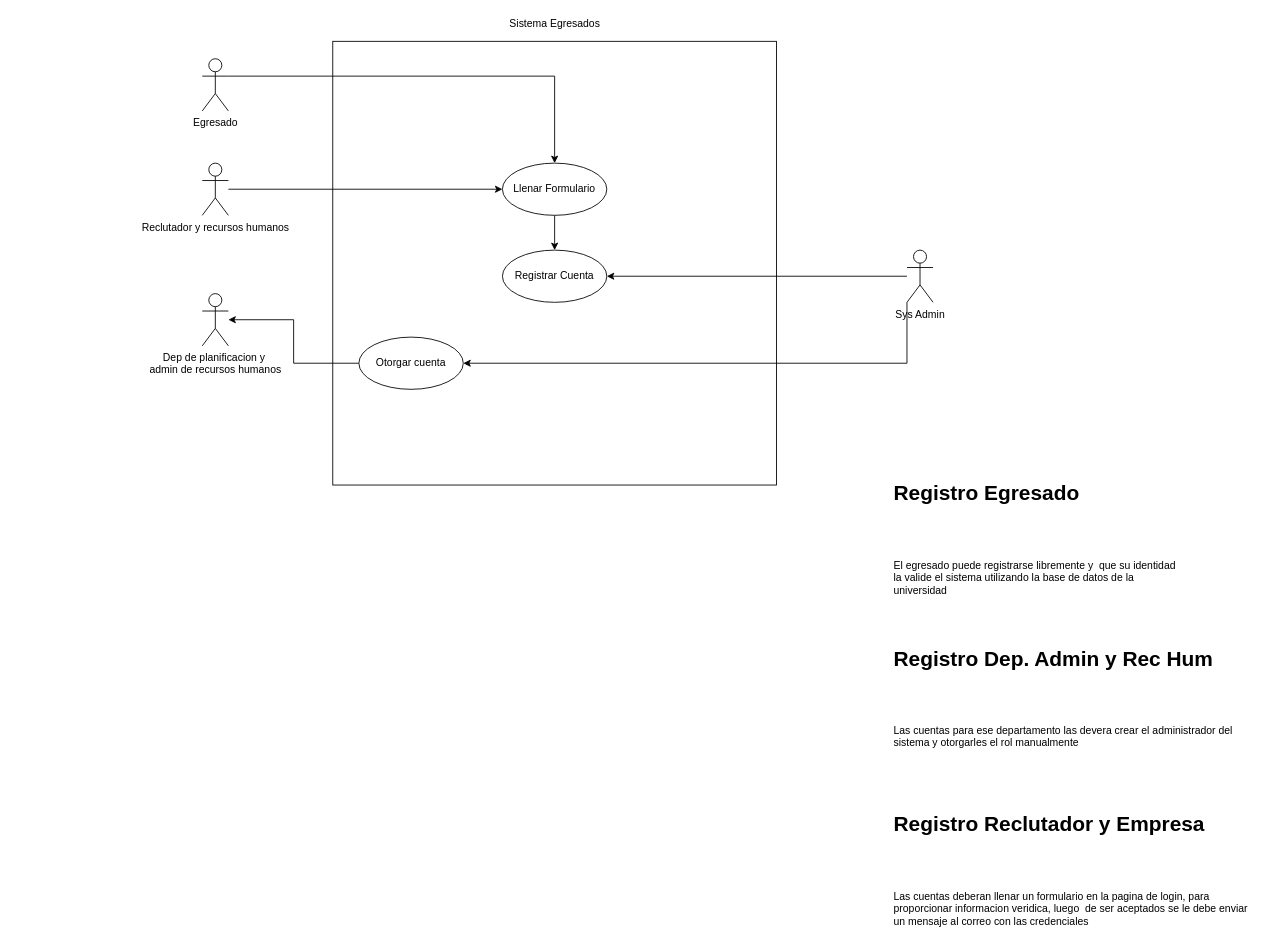
Earlier version of the draw.io diagram page "Modulo Registro" (1 of 5) of Modelo datos.drawio (Jslquintero/Seguimiento-Egresados). Source tidied: cells renumbered, new cells numbered last; positions are measured from the earlier drawing's top-left corner, leaving out a move shared by most shapes. Both pictures are drawn from the tidied source at 87%, with x=0, y=0 at pixel (202, 15).
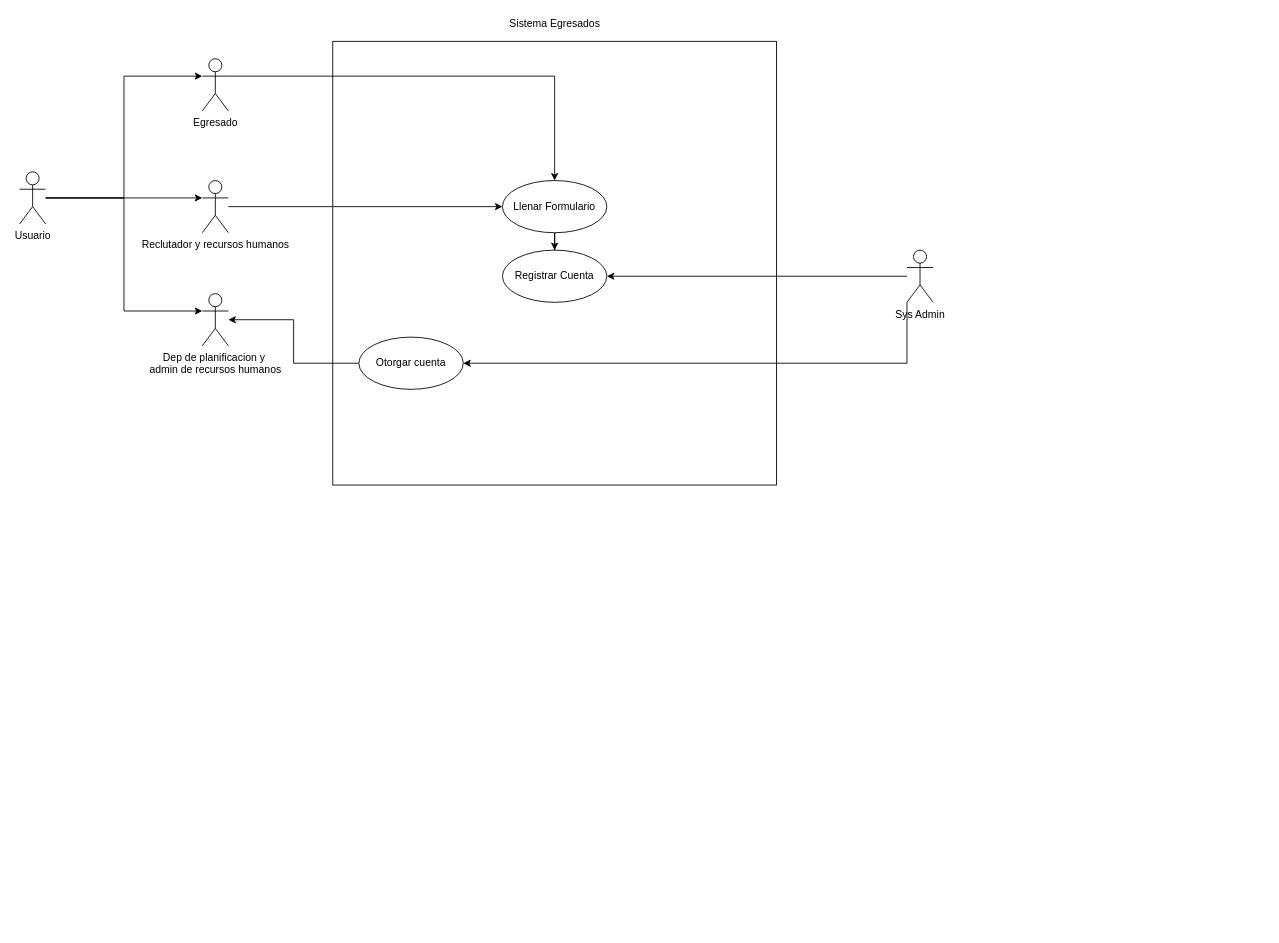
After the change.

Unchanged cells that the change refers to:
```xml
<mxCell id="4" value="Egresado" style="shape=umlActor;verticalLabelPosition=bottom;verticalAlign=top;html=1;outlineConnect=0;" parent="1" vertex="1">
  <mxGeometry y="50" width="30" height="60" as="geometry" />
</mxCell>
<mxCell id="13" value="&lt;div&gt;Dep de planificacion y&amp;nbsp;&lt;/div&gt;&lt;div&gt;admin de recursos humanos&lt;/div&gt;" style="shape=umlActor;verticalLabelPosition=bottom;verticalAlign=top;html=1;outlineConnect=0;" parent="1" vertex="1">
  <mxGeometry y="320" width="30" height="60" as="geometry" />
</mxCell>
```

What changed in the source:
```diff
@@
     <mxCell id="6" value="Reclutador y recursos humanos" style="shape=umlActor;verticalLabelPosition=bottom;verticalAlign=top;html=1;outlineConnect=0;" parent="1" vertex="1">
-      <mxGeometry y="170" width="30" height="60" as="geometry" />
+      <mxGeometry y="190" width="30" height="60" as="geometry" />
     </mxCell>
@@
     <mxCell id="12" value="Llenar Formulario" style="ellipse;whiteSpace=wrap;html=1;" parent="1" vertex="1">
-      <mxGeometry x="345" y="170" width="120" height="60" as="geometry" />
+      <mxGeometry x="345" y="190" width="120" height="60" as="geometry" />
     </mxCell>
@@
-    <mxCell id="14" value="&lt;h1&gt;&lt;span&gt;Registro Egresado&lt;/span&gt;&lt;/h1&gt;&lt;h1&gt;&lt;br&gt;&lt;/h1&gt;&lt;div&gt;El egresado puede registrarse libremente y&amp;nbsp; que su identidad la valide el sistema utilizando la base de datos de la universidad&lt;/div&gt;&lt;div&gt;&lt;br&gt;&lt;/div&gt;" style="text;html=1;strokeColor=none;fillColor=none;spacing=5;spacingTop=-20;whiteSpace=wrap;overflow=hidden;rounded=0;" parent="1" vertex="1">
-      <mxGeometry x="790" y="530" width="340" height="170" as="geometry" />
-    </mxCell>
-    <mxCell id="15" value="&lt;h1&gt;&lt;span&gt;Registro Dep. Admin y Rec Hum&lt;/span&gt;&lt;/h1&gt;&lt;h1&gt;&lt;br&gt;&lt;/h1&gt;&lt;div&gt;Las cuentas para ese departamento las devera crear el administrador del sistema y otorgarles el rol manualmente&lt;/div&gt;&lt;div&gt;&lt;br&gt;&lt;/div&gt;" style="text;html=1;strokeColor=none;fillColor=none;spacing=5;spacingTop=-20;whiteSpace=wrap;overflow=hidden;rounded=0;" parent="1" vertex="1">
-      <mxGeometry x="790" y="720" width="430" height="140" as="geometry" />
-    </mxCell>
-    <mxCell id="16" value="&lt;h1&gt;&lt;span&gt;Registro Reclutador y Empresa&lt;/span&gt;&lt;/h1&gt;&lt;h1&gt;&lt;br&gt;&lt;/h1&gt;&lt;div&gt;Las cuentas deberan llenar un formulario en la pagina de login, para proporcionar informacion veridica, luego&amp;nbsp; de ser aceptados se le debe enviar un mensaje al correo con las credenciales&amp;nbsp;&lt;/div&gt;" style="text;html=1;strokeColor=none;fillColor=none;spacing=5;spacingTop=-20;whiteSpace=wrap;overflow=hidden;rounded=0;" parent="1" vertex="1">
-      <mxGeometry x="790" y="910" width="430" height="140" as="geometry" />
-    </mxCell>
@@
+    <mxCell id="20" style="edgeStyle=orthogonalEdgeStyle;rounded=0;jettySize=auto;html=1;entryX=0;entryY=0.3333333333333333;entryDx=0;entryDy=0;entryPerimeter=0;" parent="1" edge="1" source="23" target="4">
+      <mxGeometry relative="1" as="geometry" />
+    </mxCell>
+    <mxCell id="21" style="edgeStyle=orthogonalEdgeStyle;rounded=0;jettySize=auto;html=1;entryX=0;entryY=0.3333333333333333;entryDx=0;entryDy=0;entryPerimeter=0;" parent="1" edge="1" source="23" target="13">
+      <mxGeometry relative="1" as="geometry" />
+    </mxCell>
+    <mxCell id="22" style="edgeStyle=orthogonalEdgeStyle;rounded=0;jettySize=auto;html=1;entryX=0;entryY=0.3333333333333333;entryDx=0;entryDy=0;entryPerimeter=0;" parent="1" edge="1" source="23" target="6">
+      <mxGeometry relative="1" as="geometry" />
+    </mxCell>
+    <mxCell id="23" value="Usuario" style="shape=umlActor;verticalLabelPosition=bottom;verticalAlign=top;html=1;outlineConnect=0;" parent="1" vertex="1">
+      <mxGeometry x="-210" y="180" width="30" height="60" as="geometry" />
+    </mxCell>
```
